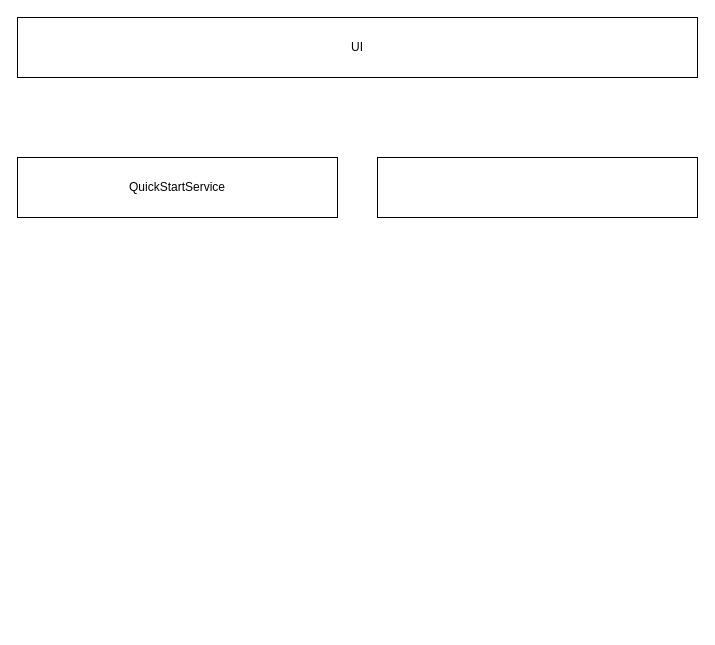
Earlier version of the draw.io diagram drowIo/QuickStartDesign.drawio (JhjInsist/grow). Source tidied: cells renumbered, new cells numbered last; positions are measured from the earlier drawing's top-left corner, leaving out a move shared by most shapes. Both pictures are drawn from the tidied source at 100%, with x=0, y=0 at pixel (17, 17).
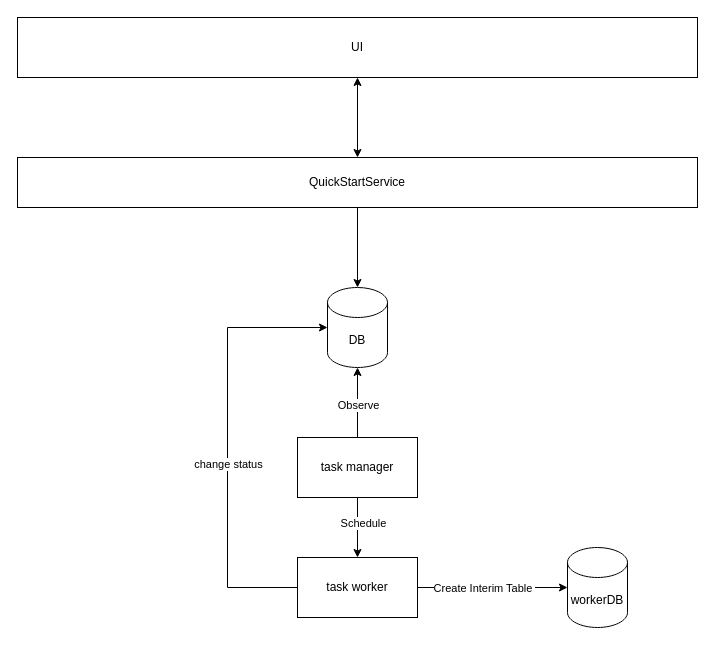
After the change.

The edit, as a diff of the source:
```diff
@@
 <mxGraphModel>
   <root>
     <mxCell id="0" />
     <mxCell id="1" parent="0" />
+    <mxCell id="5" style="edgeStyle=orthogonalEdgeStyle;rounded=0;jettySize=auto;html=1;exitX=0.5;exitY=1;exitDx=0;exitDy=0;entryX=0.5;entryY=0;entryDx=0;entryDy=0;startArrow=classic;startFill=1;" parent="1" edge="1" source="2" target="3">
+      <mxGeometry relative="1" as="geometry" />
+    </mxCell>
     <mxCell id="2" value="UI" style="rounded=0;whiteSpace=wrap;html=1;" parent="1" vertex="1">
       <mxGeometry width="680" height="60" as="geometry" />
     </mxCell>
+    <mxCell id="6" style="edgeStyle=orthogonalEdgeStyle;rounded=0;jettySize=auto;html=1;exitX=0.5;exitY=1;exitDx=0;exitDy=0;entryX=0.5;entryY=0;entryDx=0;entryDy=0;entryPerimeter=0;" parent="1" edge="1" source="3" target="7">
+      <mxGeometry relative="1" as="geometry" />
+    </mxCell>
     <mxCell id="3" value="QuickStartService" style="rounded=0;whiteSpace=wrap;html=1;" parent="1" vertex="1">
-      <mxGeometry y="140" width="320" height="60" as="geometry" />
+      <mxGeometry y="140" width="680" height="50" as="geometry" />
     </mxCell>
-    <mxCell id="4" style="rounded=0;whiteSpace=wrap;html=1;" parent="1" vertex="1">
-      <mxGeometry x="360" y="140" width="320" height="60" as="geometry" />
-    </mxCell>
+    <mxCell id="7" value="DB" style="shape=cylinder3;whiteSpace=wrap;html=1;boundedLbl=1;backgroundOutline=1;size=15;" parent="1" vertex="1">
+      <mxGeometry x="310" y="270" width="60" height="80" as="geometry" />
+    </mxCell>
+    <mxCell id="8" style="edgeStyle=orthogonalEdgeStyle;rounded=0;jettySize=auto;html=1;exitX=0.5;exitY=1;exitDx=0;exitDy=0;entryX=0.5;entryY=0;entryDx=0;entryDy=0;" parent="1" edge="1" source="12" target="13">
+      <mxGeometry relative="1" as="geometry" />
+    </mxCell>
+    <mxCell id="9" value="Schedule" style="edgeLabel;html=1;align=center;verticalAlign=middle;" parent="8" vertex="1">
+      <mxGeometry x="-0.17" y="5" relative="1" as="geometry" />
+    </mxCell>
+    <mxCell id="10" style="edgeStyle=orthogonalEdgeStyle;rounded=0;jettySize=auto;html=1;exitX=0.5;exitY=0;exitDx=0;exitDy=0;entryX=0.5;entryY=1;entryDx=0;entryDy=0;entryPerimeter=0;" parent="1" edge="1" source="12" target="7">
+      <mxGeometry relative="1" as="geometry" />
+    </mxCell>
+    <mxCell id="11" value="Observe" style="edgeLabel;html=1;align=center;verticalAlign=middle;" parent="10" vertex="1">
+      <mxGeometry x="-0.05" relative="1" as="geometry" />
+    </mxCell>
+    <mxCell id="12" value="task manager" style="rounded=0;whiteSpace=wrap;html=1;" parent="1" vertex="1">
+      <mxGeometry x="280" y="420" width="120" height="60" as="geometry" />
+    </mxCell>
+    <mxCell id="13" value="task worker" style="rounded=0;whiteSpace=wrap;html=1;" parent="1" vertex="1">
+      <mxGeometry x="280" y="540" width="120" height="60" as="geometry" />
+    </mxCell>
+    <mxCell id="14" value="workerDB" style="shape=cylinder3;whiteSpace=wrap;html=1;boundedLbl=1;backgroundOutline=1;size=15;" parent="1" vertex="1">
+      <mxGeometry x="550" y="530" width="60" height="80" as="geometry" />
+    </mxCell>
+    <mxCell id="15" style="edgeStyle=orthogonalEdgeStyle;rounded=0;jettySize=auto;html=1;exitX=1;exitY=0.5;exitDx=0;exitDy=0;entryX=0;entryY=0.5;entryDx=0;entryDy=0;entryPerimeter=0;" parent="1" edge="1" source="13" target="14">
+      <mxGeometry relative="1" as="geometry" />
+    </mxCell>
+    <mxCell id="16" value="&lt;div style=&quot;text-align: left;&quot;&gt;Create Interim Table&amp;nbsp;&lt;/div&gt;" style="edgeLabel;html=1;align=center;verticalAlign=middle;" parent="15" vertex="1">
+      <mxGeometry x="-0.12" relative="1" as="geometry" />
+    </mxCell>
+    <mxCell id="17" style="edgeStyle=orthogonalEdgeStyle;rounded=0;jettySize=auto;html=1;exitX=0;exitY=0.5;exitDx=0;exitDy=0;entryX=0;entryY=0.5;entryDx=0;entryDy=0;entryPerimeter=0;" parent="1" edge="1" source="13" target="7">
+      <mxGeometry relative="1" as="geometry">
+        <Array as="points">
+          <mxPoint x="210" y="570" />
+          <mxPoint x="210" y="310" />
+        </Array>
+      </mxGeometry>
+    </mxCell>
+    <mxCell id="18" value="change status" style="edgeLabel;html=1;align=center;verticalAlign=middle;" parent="17" vertex="1">
+      <mxGeometry x="-0.1" relative="1" as="geometry" />
+    </mxCell>
   </root>
 </mxGraphModel>
```
